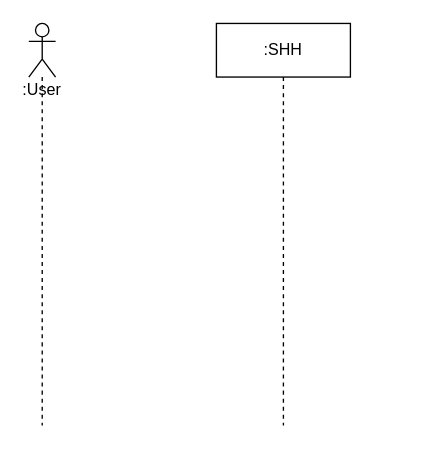
The draw.io diagram page "ManageZoneTemp" (4 of 5) of diagrams/SequenceDiagramsD3.drawio in DGovi/soen343house, before the edit. Source tidied: cells renumbered, new cells numbered last; positions are measured from the earlier drawing's top-left corner, leaving out a move shared by most shapes. Both pictures are drawn from the tidied source at 134%, with x=0, y=0 at pixel (28, 23).
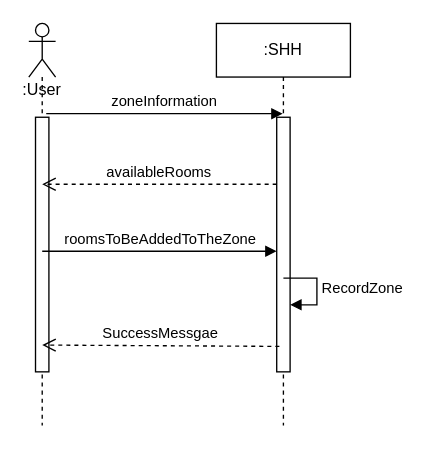
Above is the later version.

The edit, as a diff of the source:
```diff
@@
 <mxGraphModel>
   <root>
     <mxCell id="0" />
     <mxCell id="1" parent="0" />
     <mxCell id="2" value=":User" style="shape=umlLifeline;participant=umlActor;perimeter=lifelinePerimeter;whiteSpace=wrap;html=1;verticalAlign=top;spacingTop=36;shadow=0;fillColor=#FFFFFF;" parent="1" vertex="1">
       <mxGeometry width="20" height="300" as="geometry" />
     </mxCell>
+    <mxCell id="4" style="html=1;points=[];perimeter=orthogonalPerimeter;" parent="2" vertex="1">
+      <mxGeometry x="5" y="70" width="10" height="190" as="geometry" />
+    </mxCell>
     <mxCell id="3" value=":SHH" style="shape=umlLifeline;perimeter=lifelinePerimeter;whiteSpace=wrap;html=1;outlineConnect=0;shadow=0;fillColor=#FFFFFF;" parent="1" vertex="1">
       <mxGeometry x="140" width="100" height="300" as="geometry" />
     </mxCell>
+    <mxCell id="5" style="html=1;points=[];perimeter=orthogonalPerimeter;" parent="3" vertex="1">
+      <mxGeometry x="45" y="70" width="10" height="190" as="geometry" />
+    </mxCell>
+    <mxCell id="6" value="zoneInformation" style="html=1;verticalAlign=bottom;endArrow=block;exitX=0.8;exitY=-0.014;exitDx=0;exitDy=0;exitPerimeter=0;" parent="1" edge="1" source="4" target="3">
+      <mxGeometry relative="1" as="geometry" />
+    </mxCell>
+    <mxCell id="7" value="availableRooms" style="html=1;verticalAlign=bottom;endArrow=open;dashed=1;endSize=8;" parent="1" edge="1" source="5">
+      <mxGeometry relative="1" as="geometry">
+        <mxPoint x="10" y="120" as="targetPoint" />
+      </mxGeometry>
+    </mxCell>
+    <mxCell id="8" value="roomsToBeAddedToTheZone" style="html=1;verticalAlign=bottom;endArrow=block;" parent="1" edge="1" target="5">
+      <mxGeometry relative="1" as="geometry">
+        <mxPoint x="10" y="170" as="sourcePoint" />
+      </mxGeometry>
+    </mxCell>
+    <mxCell id="9" value="RecordZone" style="edgeStyle=orthogonalEdgeStyle;html=1;align=left;spacingLeft=2;endArrow=block;rounded=0;entryX=1;entryY=0;" parent="1" edge="1">
+      <mxGeometry relative="1" as="geometry">
+        <mxPoint x="190" y="190" as="sourcePoint" />
+        <mxPoint x="195" y="210" as="targetPoint" />
+        <Array as="points">
+          <mxPoint x="215" y="190" />
+        </Array>
+      </mxGeometry>
+    </mxCell>
+    <mxCell id="10" value="SuccessMessgae" style="html=1;verticalAlign=bottom;endArrow=open;dashed=1;endSize=8;exitX=0.2;exitY=0.9;exitDx=0;exitDy=0;exitPerimeter=0;" parent="1" edge="1" source="5">
+      <mxGeometry relative="1" as="geometry">
+        <mxPoint x="10" y="240" as="targetPoint" />
+      </mxGeometry>
+    </mxCell>
   </root>
 </mxGraphModel>
```
